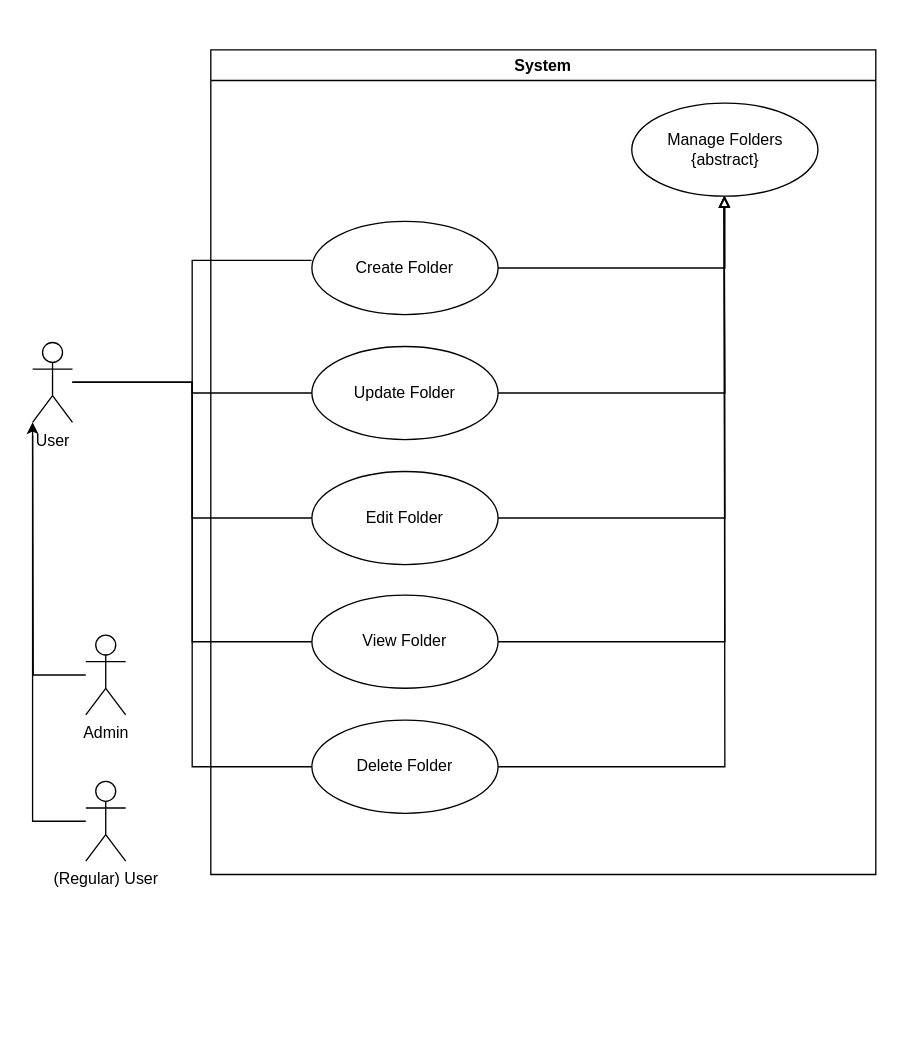
Before: page "Manage Folders" (1 of 3) of images/Untitled Diagram.drawio in npthao1312/my-thesis, a draw.io diagram. Source tidied: cells renumbered, new cells numbered last; positions are measured from the earlier drawing's top-left corner, leaving out a move shared by most shapes. Both pictures are drawn from the tidied source at 133%, with x=0, y=0 at pixel (32, 49).
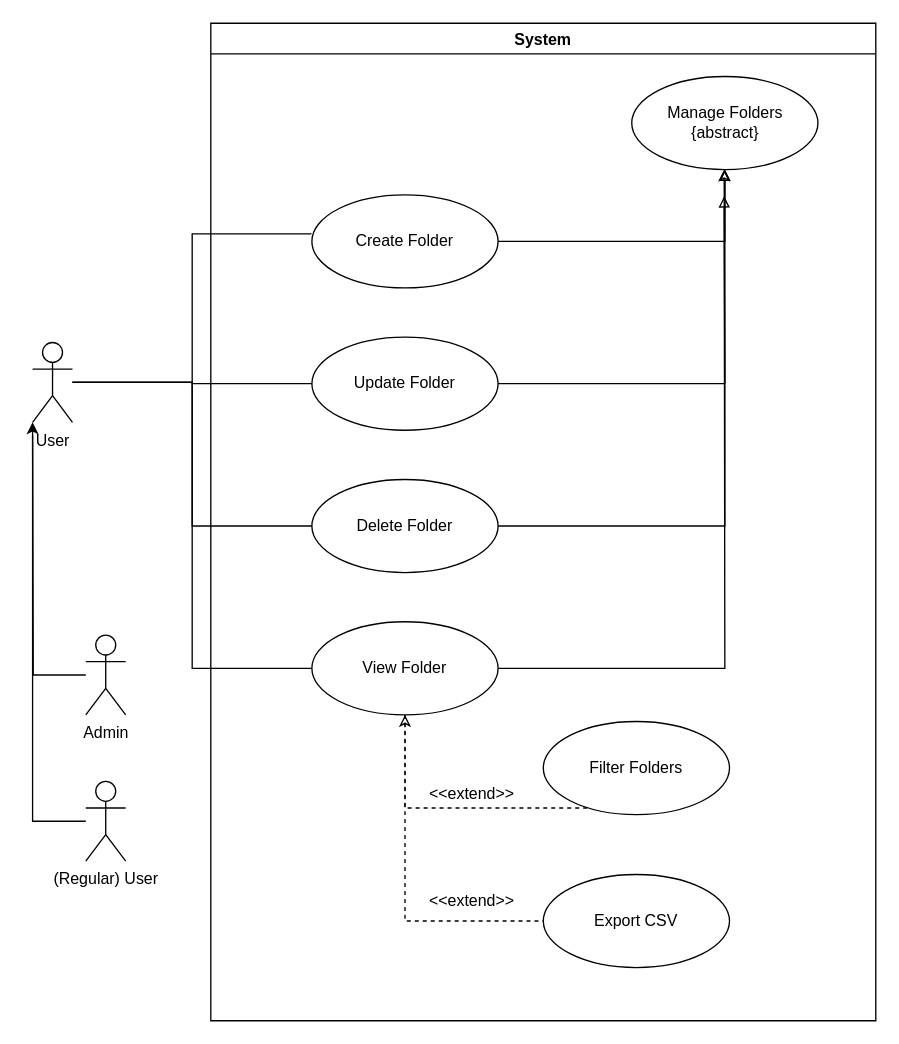
The same diagram, later.

Commit message:
Update Use Case Diagram

The change refers to these unchanged cells:
```xml
<mxCell id="13" value="Manage Folders&lt;br&gt;{abstract}" style="ellipse;whiteSpace=wrap;html=1;" parent="6" vertex="1">
  <mxGeometry x="316.5" y="40" width="140" height="70" as="geometry" />
</mxCell>
<mxCell id="19" value="User" style="shape=umlActor;html=1;verticalLabelPosition=bottom;verticalAlign=top;align=center;" parent="1" vertex="1">
  <mxGeometry y="220" width="30" height="60" as="geometry" />
</mxCell>
```

What changed in the source:
```diff
@@
     <mxCell id="6" value="System" style="swimlane;" parent="1" vertex="1">
-      <mxGeometry x="134" width="500" height="620" as="geometry" />
+      <mxGeometry x="134" y="-20" width="500" height="750" as="geometry" />
     </mxCell>
@@
     <mxCell id="9" value="Update Folder" style="ellipse;whiteSpace=wrap;html=1;" parent="6" vertex="1">
-      <mxGeometry x="76" y="223" width="140" height="70" as="geometry" />
+      <mxGeometry x="76" y="236" width="140" height="70" as="geometry" />
     </mxCell>
-    <mxCell id="10" value="Edit Folder" style="ellipse;whiteSpace=wrap;html=1;" parent="6" vertex="1">
-      <mxGeometry x="76" y="317" width="140" height="70" as="geometry" />
-    </mxCell>
     <mxCell id="11" value="Delete Folder" style="ellipse;whiteSpace=wrap;html=1;" parent="6" vertex="1">
-      <mxGeometry x="76" y="504" width="140" height="70" as="geometry" />
+      <mxGeometry x="76" y="343" width="140" height="70" as="geometry" />
     </mxCell>
+    <mxCell id="24" style="edgeStyle=orthogonalEdgeStyle;rounded=0;comic=0;sketch=0;jettySize=auto;html=1;shadow=0;startArrow=none;startFill=0;endArrow=none;endFill=0;dashed=1;" parent="6" edge="1" source="12" target="26">
+      <mxGeometry relative="1" as="geometry">
+        <Array as="points">
+          <mxPoint x="146" y="590" />
+        </Array>
+      </mxGeometry>
+    </mxCell>
+    <mxCell id="25" style="edgeStyle=orthogonalEdgeStyle;rounded=0;comic=0;sketch=0;jettySize=auto;html=1;exitX=0.5;exitY=1;exitDx=0;exitDy=0;entryX=0;entryY=0.5;entryDx=0;entryDy=0;shadow=0;startArrow=classic;startFill=0;endArrow=none;endFill=0;dashed=1;" parent="6" edge="1" source="12" target="27">
+      <mxGeometry relative="1" as="geometry" />
+    </mxCell>
     <mxCell id="12" value="View Folder" style="ellipse;whiteSpace=wrap;html=1;" parent="6" vertex="1">
-      <mxGeometry x="76" y="410" width="140" height="70" as="geometry" />
+      <mxGeometry x="76" y="450" width="140" height="70" as="geometry" />
     </mxCell>
@@
+    <mxCell id="26" value="Filter Folders" style="ellipse;whiteSpace=wrap;html=1;" parent="6" vertex="1">
+      <mxGeometry x="250" y="525" width="140" height="70" as="geometry" />
+    </mxCell>
+    <mxCell id="27" value="Export CSV" style="ellipse;whiteSpace=wrap;html=1;" parent="6" vertex="1">
+      <mxGeometry x="250" y="640" width="140" height="70" as="geometry" />
+    </mxCell>
+    <mxCell id="28" value="&amp;lt;&amp;lt;extend&amp;gt;&amp;gt;" style="text;html=1;align=center;verticalAlign=middle;strokeColor=none;" parent="6" vertex="1">
+      <mxGeometry x="156" y="570" width="80" height="20" as="geometry" />
+    </mxCell>
+    <mxCell id="29" value="&amp;lt;&amp;lt;extend&amp;gt;&amp;gt;" style="text;html=1;align=center;verticalAlign=middle;strokeColor=none;" parent="6" vertex="1">
+      <mxGeometry x="156" y="650" width="80" height="20" as="geometry" />
+    </mxCell>
+    <mxCell id="23" style="edgeStyle=orthogonalEdgeStyle;rounded=0;comic=0;sketch=0;jettySize=auto;html=1;exitX=1;exitY=0.5;exitDx=0;exitDy=0;shadow=0;startArrow=none;startFill=0;endArrow=block;endFill=0;entryX=0.5;entryY=1;entryDx=0;entryDy=0;" parent="6" edge="1" source="11" target="13">
+      <mxGeometry relative="1" as="geometry" />
+    </mxCell>
@@
-    <mxCell id="16" style="edgeStyle=orthogonalEdgeStyle;rounded=0;comic=0;sketch=0;jettySize=auto;html=1;entryX=0;entryY=0.5;entryDx=0;entryDy=0;shadow=0;startArrow=none;startFill=0;endArrow=none;endFill=0;" parent="1" edge="1" source="19" target="10">
-      <mxGeometry relative="1" as="geometry" />
-    </mxCell>
@@
+    <mxCell id="30" style="edgeStyle=orthogonalEdgeStyle;rounded=0;comic=0;sketch=0;jettySize=auto;html=1;shadow=0;startArrow=none;startFill=0;endArrow=classic;endFill=0;" parent="1" edge="1" source="12">
+      <mxGeometry relative="1" as="geometry">
+        <mxPoint x="520" y="90" as="targetPoint" />
+      </mxGeometry>
+    </mxCell>
@@
-    <mxCell id="21" style="edgeStyle=orthogonalEdgeStyle;rounded=0;comic=0;sketch=0;jettySize=auto;html=1;exitX=1;exitY=0.5;exitDx=0;exitDy=0;shadow=0;startArrow=none;startFill=0;endArrow=block;endFill=0;" parent="1" edge="1" source="10">
-      <mxGeometry relative="1" as="geometry">
-        <mxPoint x="520" y="110" as="targetPoint" />
-      </mxGeometry>
-    </mxCell>
-    <mxCell id="22" style="edgeStyle=orthogonalEdgeStyle;rounded=0;comic=0;sketch=0;jettySize=auto;html=1;exitX=1;exitY=0.5;exitDx=0;exitDy=0;shadow=0;startArrow=none;startFill=0;endArrow=block;endFill=0;" parent="1" edge="1" source="12">
-      <mxGeometry relative="1" as="geometry">
-        <mxPoint x="520" y="110" as="targetPoint" />
-      </mxGeometry>
-    </mxCell>
-    <mxCell id="23" style="edgeStyle=orthogonalEdgeStyle;rounded=0;comic=0;sketch=0;jettySize=auto;html=1;exitX=1;exitY=0.5;exitDx=0;exitDy=0;shadow=0;startArrow=none;startFill=0;endArrow=block;endFill=0;" parent="1" edge="1" source="11">
-      <mxGeometry relative="1" as="geometry">
-        <mxPoint x="520" y="110" as="targetPoint" />
-      </mxGeometry>
-    </mxCell>
```
